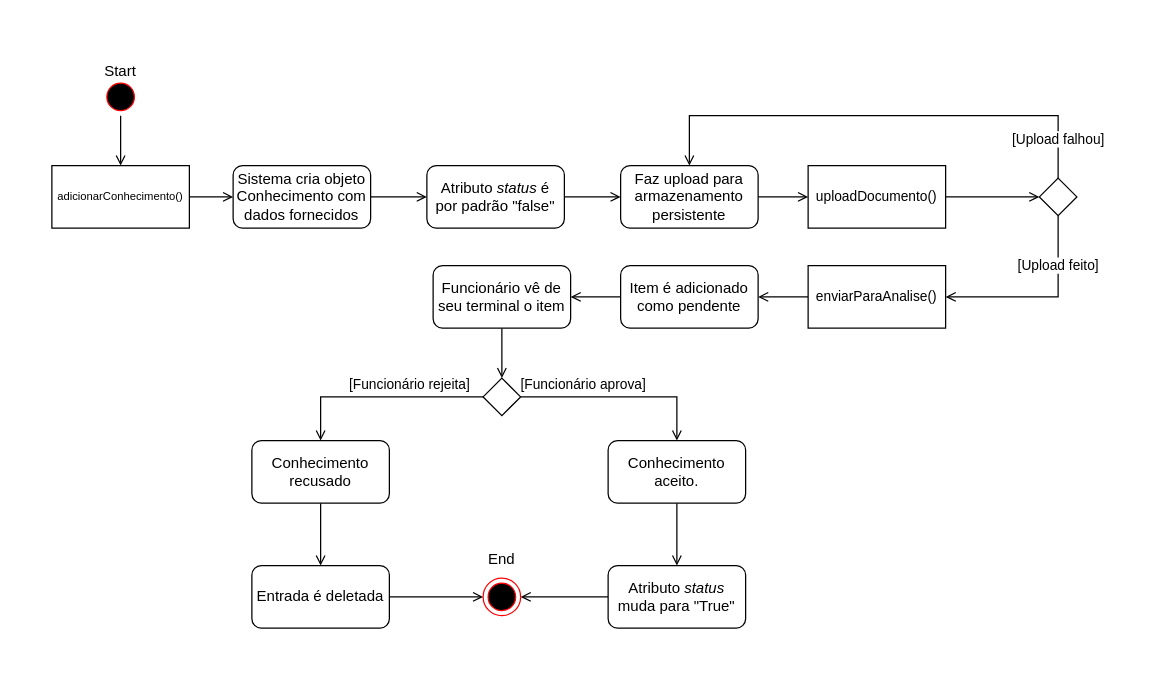
Before: diagramaAtividades/atividadeMetodoA.drawio in EijiDogen/BrainForHire, a draw.io diagram. Source tidied: cells renumbered, new cells numbered last; positions are measured from the earlier drawing's top-left corner, leaving out a move shared by most shapes. Both pictures are drawn from the tidied source at 125%, with x=0, y=0 at pixel (51, 52).
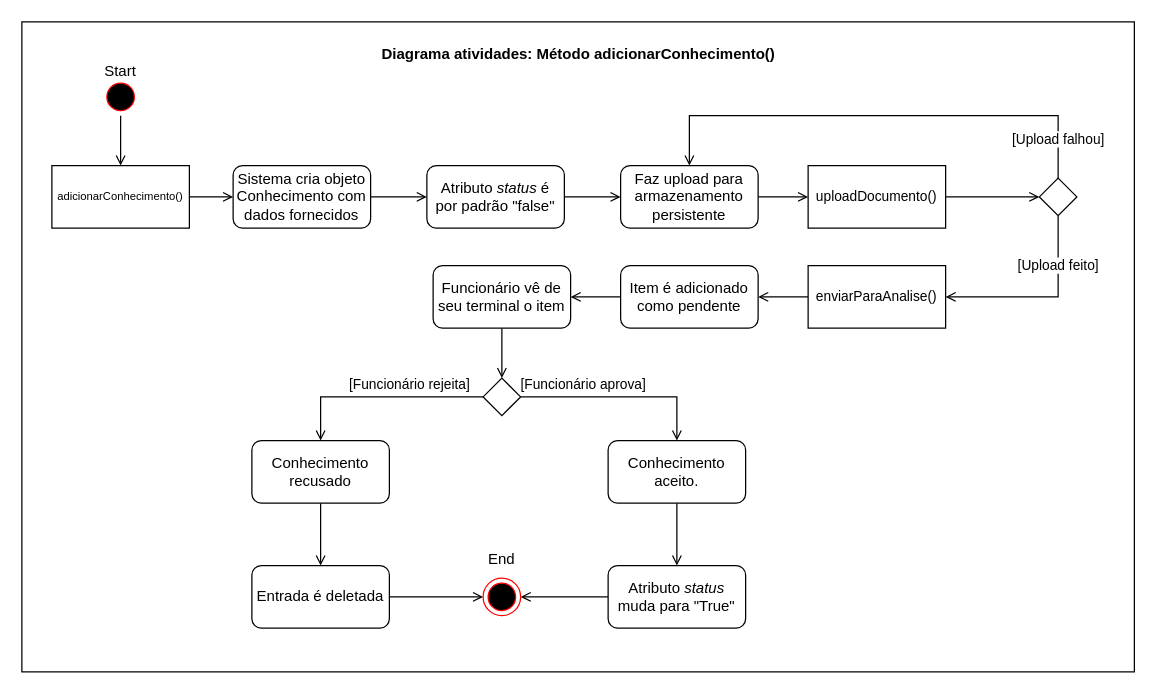
The same diagram, later.

Diff of the diagram source:
```diff
@@
+    <mxCell id="37" parent="0" />
+    <mxCell id="38" style="rounded=0;whiteSpace=wrap;html=1;fontSize=12;" parent="37" vertex="1">
+      <mxGeometry x="-24" y="-25" width="890" height="520" as="geometry" />
+    </mxCell>
+    <mxCell id="39" value="Diagrama atividades: Método adicionarConhecimento()" style="text;html=1;strokeColor=none;fillColor=none;align=center;verticalAlign=middle;whiteSpace=wrap;rounded=0;fontSize=12;fontStyle=1;" parent="37" vertex="1">
+      <mxGeometry x="247.5" y="-14" width="347" height="30" as="geometry" />
+    </mxCell>
```
